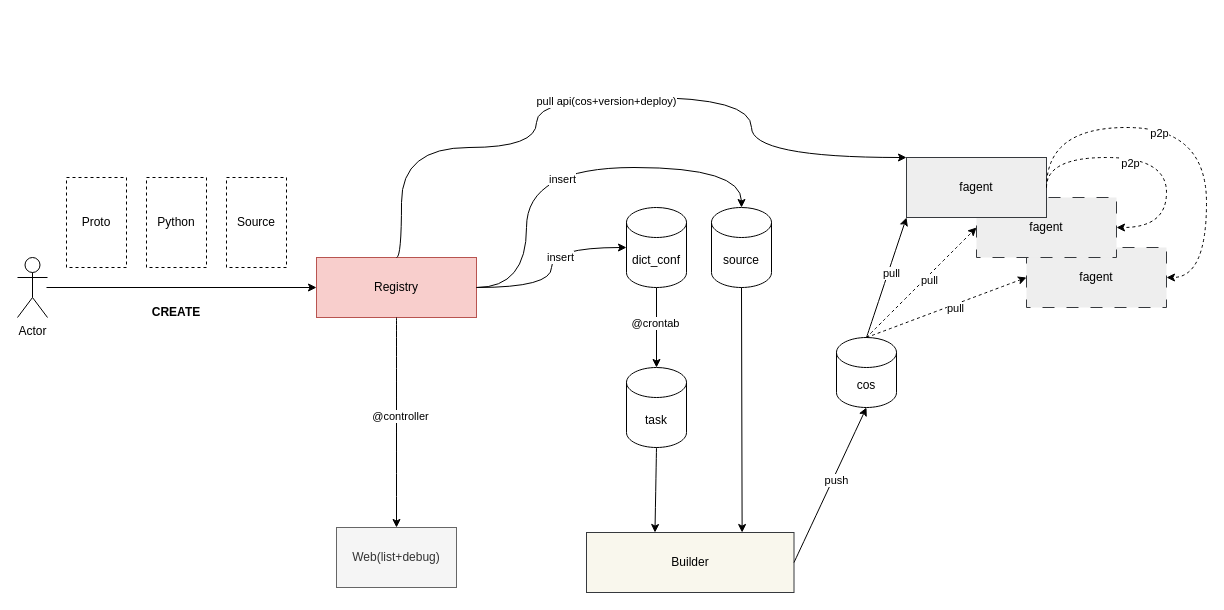
learn2Pro/draw_io_save keeps this draw.io diagram as trs_dict.drawio. Above is the earlier version. Source tidied: cells renumbered, new cells numbered last; positions are measured from the earlier drawing's top-left corner, leaving out a move shared by most shapes. Both pictures are drawn from the tidied source at 100%, with x=0, y=0 at pixel (17, 97).
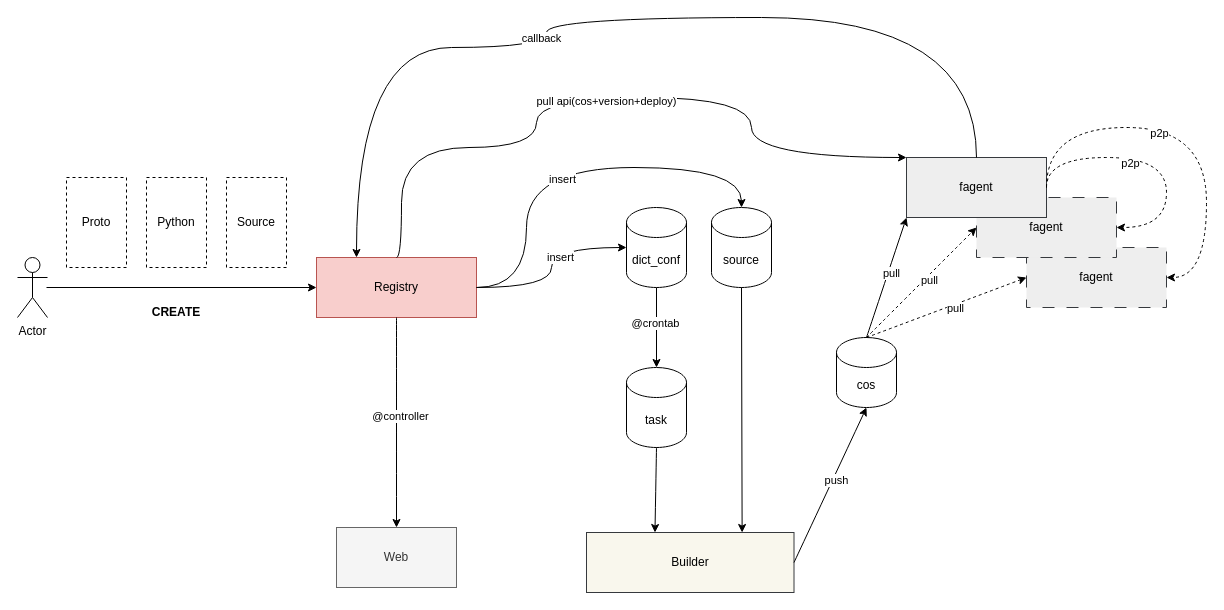
The same diagram, later.

Unchanged cells that the change refers to:
```xml
<mxCell id="8" value="Registry" style="rounded=0;whiteSpace=wrap;html=1;fillColor=#f8cecc;strokeColor=#b85450;" parent="1" vertex="1">
  <mxGeometry x="299" y="160" width="160" height="60" as="geometry" />
</mxCell>
<mxCell id="24" value="fagent" style="rounded=0;whiteSpace=wrap;html=1;fillColor=#eeeeee;strokeColor=#36393d;" parent="1" vertex="1">
  <mxGeometry x="889" y="60" width="140" height="60" as="geometry" />
</mxCell>
```

Change to the diagram source:
```diff
@@
-    <mxCell id="40" value="Web(list+debug)" style="rounded=0;whiteSpace=wrap;html=1;fillColor=#f5f5f5;strokeColor=#666666;fontColor=#333333;" parent="1" vertex="1">
+    <mxCell id="40" value="Web" style="rounded=0;whiteSpace=wrap;html=1;fillColor=#f5f5f5;strokeColor=#666666;fontColor=#333333;" parent="1" vertex="1">
       <mxGeometry x="319" y="430" width="120" height="60" as="geometry" />
     </mxCell>
@@
+    <mxCell id="42" style="endArrow=classic;html=1;rounded=0;edgeStyle=orthogonalEdgeStyle;curved=1;entryX=0.25;entryY=0;entryDx=0;entryDy=0;exitX=0.5;exitY=0;exitDx=0;exitDy=0;" parent="1" edge="1" source="24" target="8">
+      <mxGeometry relative="1" as="geometry">
+        <Array as="points">
+          <mxPoint x="959" y="-80" />
+          <mxPoint x="529" y="-80" />
+          <mxPoint x="529" y="-50" />
+          <mxPoint x="339" y="-50" />
+        </Array>
+      </mxGeometry>
+    </mxCell>
+    <mxCell id="43" value="callback" style="edgeLabel;html=1;align=center;verticalAlign=middle;" parent="42" vertex="1">
+      <mxGeometry x="0.18" y="-6" relative="1" as="geometry" />
+    </mxCell>
```
